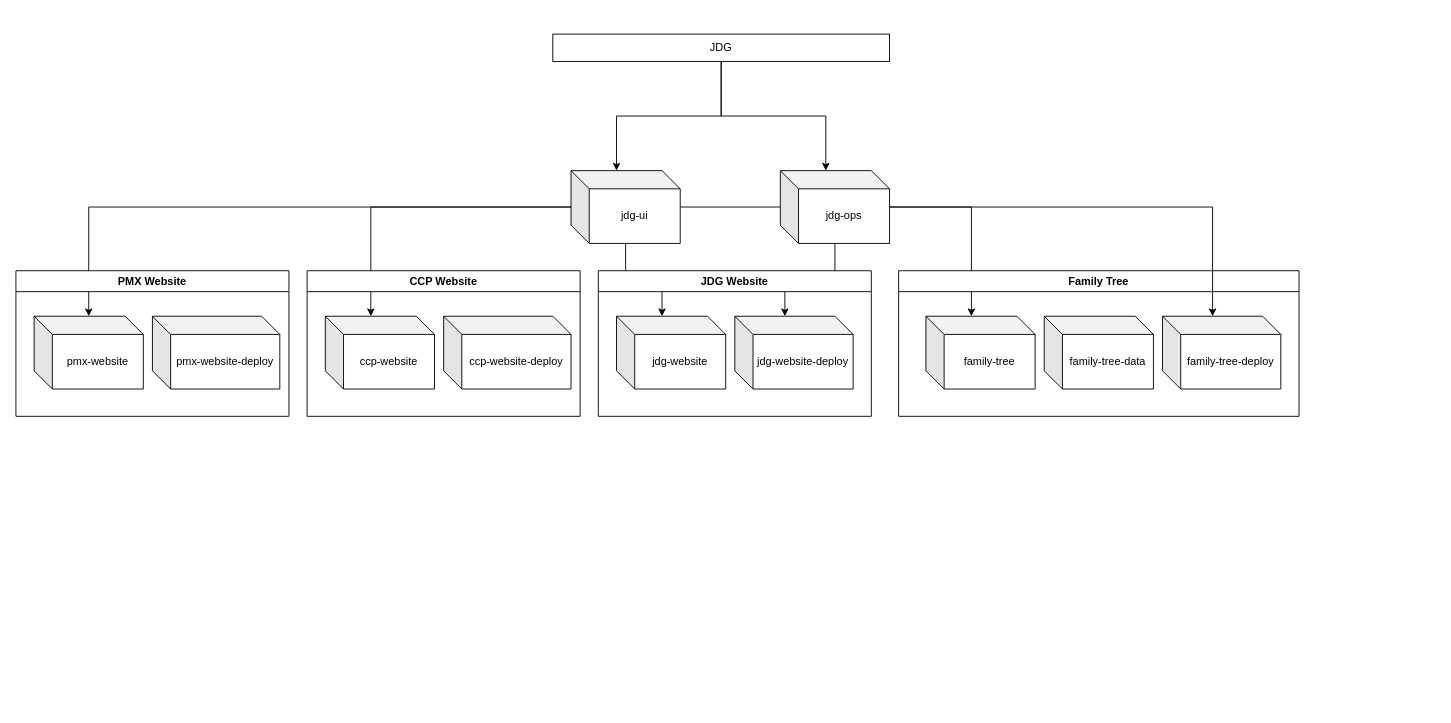
Earlier version of the draw.io diagram JDG Org.drawio (deanstein/jdg-ops). Source tidied: cells renumbered, new cells numbered last; positions are measured from the earlier drawing's top-left corner, leaving out a move shared by most shapes. Both pictures are drawn from the tidied source at 91%, with x=0, y=0 at pixel (15, 34).
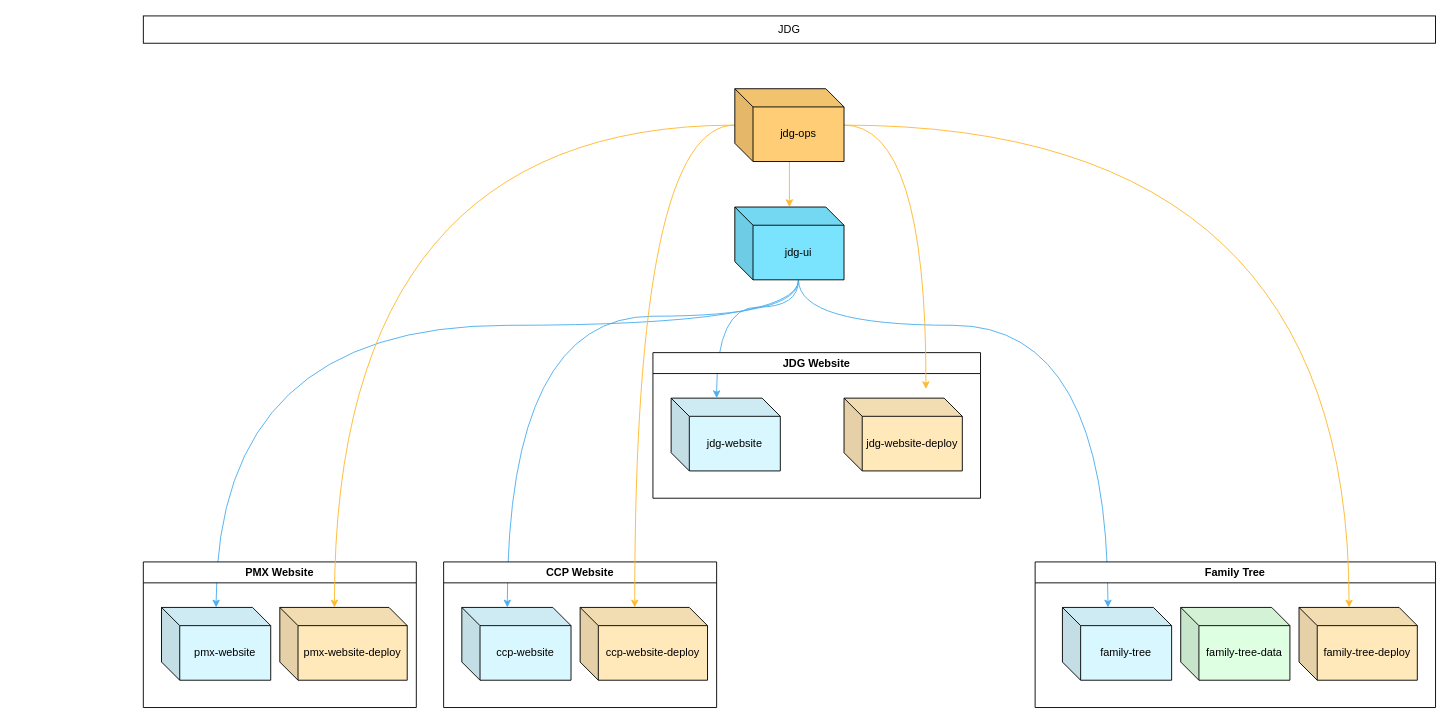
The same page after the edit.

What changed in the source:
```diff
@@
-    <mxCell id="2" style="edgeStyle=orthogonalEdgeStyle;rounded=0;jettySize=auto;html=1;entryX=0;entryY=0;entryDx=50;entryDy=0;entryPerimeter=0;" parent="1" edge="1" source="4" target="25">
-      <mxGeometry relative="1" as="geometry" />
-    </mxCell>
-    <mxCell id="3" style="edgeStyle=orthogonalEdgeStyle;rounded=0;jettySize=auto;html=1;entryX=0;entryY=0;entryDx=50;entryDy=0;entryPerimeter=0;" parent="1" edge="1" source="4" target="10">
-      <mxGeometry relative="1" as="geometry" />
-    </mxCell>
     <mxCell id="4" value="JDG" style="rounded=0;whiteSpace=wrap;html=1;" parent="1" vertex="1">
-      <mxGeometry x="590" width="370" height="30" as="geometry" />
+      <mxGeometry x="140" y="-20" width="1420" height="30" as="geometry" />
     </mxCell>
-    <mxCell id="5" style="edgeStyle=orthogonalEdgeStyle;rounded=0;jettySize=auto;html=1;entryX=0;entryY=0;entryDx=55;entryDy=0;entryPerimeter=0;" parent="1" edge="1" source="25" target="17">
-      <mxGeometry relative="1" as="geometry" />
-    </mxCell>
-    <mxCell id="6" style="edgeStyle=orthogonalEdgeStyle;rounded=0;jettySize=auto;html=1;" parent="1" edge="1" source="10" target="22">
-      <mxGeometry relative="1" as="geometry" />
+    <mxCell id="6" style="edgeStyle=orthogonalEdgeStyle;rounded=0;jettySize=auto;html=1;exitX=0;exitY=0;exitDx=70;exitDy=80;exitPerimeter=0;strokeColor=#4AAEF0;curved=1;" parent="1" edge="1" source="10" target="22">
+      <mxGeometry relative="1" as="geometry">
+        <Array as="points">
+          <mxPoint x="860" y="320" />
+          <mxPoint x="220" y="320" />
+        </Array>
+      </mxGeometry>
     </mxCell>
-    <mxCell id="7" style="edgeStyle=orthogonalEdgeStyle;rounded=0;jettySize=auto;html=1;entryX=0;entryY=0;entryDx=50;entryDy=0;entryPerimeter=0;" parent="1" edge="1" source="10" target="19">
-      <mxGeometry relative="1" as="geometry" />
+    <mxCell id="7" style="edgeStyle=orthogonalEdgeStyle;rounded=0;jettySize=auto;html=1;entryX=0;entryY=0;entryDx=50;entryDy=0;entryPerimeter=0;exitX=0;exitY=0;exitDx=70;exitDy=80;exitPerimeter=0;strokeColor=#4AAEF0;elbow=vertical;curved=1;" parent="1" edge="1" source="10" target="19">
+      <mxGeometry relative="1" as="geometry">
+        <Array as="points">
+          <mxPoint x="860" y="310" />
+          <mxPoint x="540" y="310" />
+        </Array>
+      </mxGeometry>
     </mxCell>
+    <mxCell id="9" style="edgeStyle=orthogonalEdgeStyle;rounded=0;jettySize=auto;html=1;entryX=0;entryY=0;entryDx=50;entryDy=0;entryPerimeter=0;exitX=0;exitY=0;exitDx=70;exitDy=80;exitPerimeter=0;curved=1;strokeColor=#4AAEF0;" parent="1" edge="1" source="10" target="12">
+      <mxGeometry relative="1" as="geometry">
+        <Array as="points">
+          <mxPoint x="860" y="320" />
+          <mxPoint x="1200" y="320" />
+        </Array>
+      </mxGeometry>
+    </mxCell>
-    <mxCell id="8" style="edgeStyle=orthogonalEdgeStyle;rounded=0;jettySize=auto;html=1;entryX=0;entryY=0;entryDx=50;entryDy=0;entryPerimeter=0;" parent="1" edge="1" source="10" target="16">
-      <mxGeometry relative="1" as="geometry" />
+    <mxCell id="8" style="edgeStyle=orthogonalEdgeStyle;curved=1;rounded=0;jettySize=auto;html=1;entryX=0;entryY=0;entryDx=50;entryDy=0;entryPerimeter=0;strokeColor=#4AAEF0;elbow=vertical;" parent="1" edge="1" source="10" target="16">
+      <mxGeometry relative="1" as="geometry">
+        <Array as="points">
+          <mxPoint x="860" y="300" />
+          <mxPoint x="770" y="300" />
+        </Array>
+      </mxGeometry>
     </mxCell>
-    <mxCell id="9" style="edgeStyle=orthogonalEdgeStyle;rounded=0;jettySize=auto;html=1;entryX=0;entryY=0;entryDx=50;entryDy=0;entryPerimeter=0;" parent="1" edge="1" source="10" target="12">
-      <mxGeometry relative="1" as="geometry" />
-    </mxCell>
-    <mxCell id="10" value="jdg-ui" style="shape=cube;whiteSpace=wrap;html=1;boundedLbl=1;backgroundOutline=1;darkOpacity=0.05;darkOpacity2=0.1;" parent="1" vertex="1">
-      <mxGeometry x="610" y="150" width="120" height="80" as="geometry" />
+    <mxCell id="10" value="jdg-ui" style="shape=cube;whiteSpace=wrap;html=1;boundedLbl=1;backgroundOutline=1;darkOpacity=0.05;darkOpacity2=0.1;fillColor=#7AE4FF;" parent="1" vertex="1">
+      <mxGeometry x="790" y="190" width="120" height="80" as="geometry" />
     </mxCell>
     <mxCell id="11" value="Family Tree" style="swimlane;whiteSpace=wrap;html=1;" parent="1" vertex="1">
-      <mxGeometry x="970" y="260" width="440" height="160" as="geometry" />
+      <mxGeometry x="1120" y="580" width="440" height="160" as="geometry" />
     </mxCell>
-    <mxCell id="12" value="family-tree" style="shape=cube;whiteSpace=wrap;html=1;boundedLbl=1;backgroundOutline=1;darkOpacity=0.05;darkOpacity2=0.1;" parent="11" vertex="1">
+    <mxCell id="12" value="family-tree" style="shape=cube;whiteSpace=wrap;html=1;boundedLbl=1;backgroundOutline=1;darkOpacity=0.05;darkOpacity2=0.1;fillColor=#D9F7FF;" parent="11" vertex="1">
       <mxGeometry x="30" y="50" width="120" height="80" as="geometry" />
     </mxCell>
-    <mxCell id="13" value="family-tree-data" style="shape=cube;whiteSpace=wrap;html=1;boundedLbl=1;backgroundOutline=1;darkOpacity=0.05;darkOpacity2=0.1;" parent="11" vertex="1">
+    <mxCell id="13" value="family-tree-data" style="shape=cube;whiteSpace=wrap;html=1;boundedLbl=1;backgroundOutline=1;darkOpacity=0.05;darkOpacity2=0.1;fillColor=#DEFFE1;" parent="11" vertex="1">
       <mxGeometry x="160" y="50" width="120" height="80" as="geometry" />
     </mxCell>
-    <mxCell id="14" value="family-tree-deploy" style="shape=cube;whiteSpace=wrap;html=1;boundedLbl=1;backgroundOutline=1;darkOpacity=0.05;darkOpacity2=0.1;" parent="11" vertex="1">
+    <mxCell id="14" value="family-tree-deploy" style="shape=cube;whiteSpace=wrap;html=1;boundedLbl=1;backgroundOutline=1;darkOpacity=0.05;darkOpacity2=0.1;fillColor=#FFE8BA;" parent="11" vertex="1">
       <mxGeometry x="290" y="50" width="130" height="80" as="geometry" />
     </mxCell>
     <mxCell id="15" value="JDG Website" style="swimlane;whiteSpace=wrap;html=1;" parent="1" vertex="1">
-      <mxGeometry x="640" y="260" width="300" height="160" as="geometry" />
+      <mxGeometry x="700" y="350" width="360" height="160" as="geometry" />
     </mxCell>
-    <mxCell id="16" value="jdg-website" style="shape=cube;whiteSpace=wrap;html=1;boundedLbl=1;backgroundOutline=1;darkOpacity=0.05;darkOpacity2=0.1;" parent="15" vertex="1">
+    <mxCell id="16" value="jdg-website" style="shape=cube;whiteSpace=wrap;html=1;boundedLbl=1;backgroundOutline=1;darkOpacity=0.05;darkOpacity2=0.1;fillColor=#D9F7FF;" parent="15" vertex="1">
       <mxGeometry x="20" y="50" width="120" height="80" as="geometry" />
     </mxCell>
-    <mxCell id="17" value="jdg-website-deploy" style="shape=cube;whiteSpace=wrap;html=1;boundedLbl=1;backgroundOutline=1;darkOpacity=0.05;darkOpacity2=0.1;" parent="15" vertex="1">
-      <mxGeometry x="150" y="50" width="130" height="80" as="geometry" />
+    <mxCell id="17" value="jdg-website-deploy" style="shape=cube;whiteSpace=wrap;html=1;boundedLbl=1;backgroundOutline=1;darkOpacity=0.05;darkOpacity2=0.1;fillColor=#FFE8BA;" parent="15" vertex="1">
+      <mxGeometry x="210" y="50" width="130" height="80" as="geometry" />
     </mxCell>
     <mxCell id="18" value="CCP Website" style="swimlane;whiteSpace=wrap;html=1;" parent="1" vertex="1">
-      <mxGeometry x="320" y="260" width="300" height="160" as="geometry" />
+      <mxGeometry x="470" y="580" width="300" height="160" as="geometry" />
     </mxCell>
-    <mxCell id="19" value="ccp-website" style="shape=cube;whiteSpace=wrap;html=1;boundedLbl=1;backgroundOutline=1;darkOpacity=0.05;darkOpacity2=0.1;" parent="18" vertex="1">
+    <mxCell id="19" value="ccp-website" style="shape=cube;whiteSpace=wrap;html=1;boundedLbl=1;backgroundOutline=1;darkOpacity=0.05;darkOpacity2=0.1;fillColor=#D9F7FF;" parent="18" vertex="1">
       <mxGeometry x="20" y="50" width="120" height="80" as="geometry" />
     </mxCell>
-    <mxCell id="20" value="ccp-website-deploy" style="shape=cube;whiteSpace=wrap;html=1;boundedLbl=1;backgroundOutline=1;darkOpacity=0.05;darkOpacity2=0.1;" parent="18" vertex="1">
+    <mxCell id="20" value="ccp-website-deploy" style="shape=cube;whiteSpace=wrap;html=1;boundedLbl=1;backgroundOutline=1;darkOpacity=0.05;darkOpacity2=0.1;fillColor=#FFE8BA;" parent="18" vertex="1">
       <mxGeometry x="150" y="50" width="140" height="80" as="geometry" />
     </mxCell>
     <mxCell id="21" value="PMX Website" style="swimlane;whiteSpace=wrap;html=1;" parent="1" vertex="1">
-      <mxGeometry y="260" width="300" height="160" as="geometry" />
+      <mxGeometry x="140" y="580" width="300" height="160" as="geometry" />
     </mxCell>
-    <mxCell id="22" value="pmx-website" style="shape=cube;whiteSpace=wrap;html=1;boundedLbl=1;backgroundOutline=1;darkOpacity=0.05;darkOpacity2=0.1;" parent="21" vertex="1">
+    <mxCell id="22" value="pmx-website" style="shape=cube;whiteSpace=wrap;html=1;boundedLbl=1;backgroundOutline=1;darkOpacity=0.05;darkOpacity2=0.1;fillColor=#D9F7FF;" parent="21" vertex="1">
       <mxGeometry x="20" y="50" width="120" height="80" as="geometry" />
     </mxCell>
-    <mxCell id="23" value="pmx-website-deploy" style="shape=cube;whiteSpace=wrap;html=1;boundedLbl=1;backgroundOutline=1;darkOpacity=0.05;darkOpacity2=0.1;" parent="21" vertex="1">
+    <mxCell id="23" value="pmx-website-deploy" style="shape=cube;whiteSpace=wrap;html=1;boundedLbl=1;backgroundOutline=1;darkOpacity=0.05;darkOpacity2=0.1;fillColor=#FFE8BA;" parent="21" vertex="1">
       <mxGeometry x="150" y="50" width="140" height="80" as="geometry" />
     </mxCell>
-    <mxCell id="24" style="edgeStyle=orthogonalEdgeStyle;rounded=0;jettySize=auto;html=1;entryX=0;entryY=0;entryDx=55;entryDy=0;entryPerimeter=0;" parent="1" edge="1" source="25" target="14">
+    <mxCell id="24" style="edgeStyle=orthogonalEdgeStyle;rounded=0;jettySize=auto;html=1;entryX=0;entryY=0;entryDx=55;entryDy=0;entryPerimeter=0;strokeColor=#FFB92E;curved=1;" parent="1" edge="1" source="25" target="14">
       <mxGeometry relative="1" as="geometry" />
     </mxCell>
+    <mxCell id="26" style="edgeStyle=orthogonalEdgeStyle;rounded=0;jettySize=auto;html=1;strokeColor=#FFB92E;" parent="1" edge="1" source="25" target="10">
+      <mxGeometry relative="1" as="geometry" />
+    </mxCell>
+    <mxCell id="27" style="edgeStyle=orthogonalEdgeStyle;rounded=0;jettySize=auto;html=1;entryX=0;entryY=0;entryDx=60;entryDy=0;entryPerimeter=0;strokeColor=#FFB92E;curved=1;" parent="1" edge="1" source="25" target="20">
+      <mxGeometry relative="1" as="geometry" />
+    </mxCell>
+    <mxCell id="28" style="edgeStyle=orthogonalEdgeStyle;rounded=0;jettySize=auto;html=1;entryX=0;entryY=0;entryDx=60;entryDy=0;entryPerimeter=0;strokeColor=#FFB92E;curved=1;" parent="1" edge="1" source="25" target="23">
+      <mxGeometry relative="1" as="geometry" />
+    </mxCell>
+    <mxCell id="29" style="edgeStyle=orthogonalEdgeStyle;curved=1;rounded=0;jettySize=auto;html=1;strokeColor=#FFB92E;elbow=vertical;" parent="1" edge="1" source="25">
+      <mxGeometry relative="1" as="geometry">
+        <mxPoint x="1000" y="390" as="targetPoint" />
+      </mxGeometry>
+    </mxCell>
-    <mxCell id="25" value="jdg-ops" style="shape=cube;whiteSpace=wrap;html=1;boundedLbl=1;backgroundOutline=1;darkOpacity=0.05;darkOpacity2=0.1;" parent="1" vertex="1">
-      <mxGeometry x="840" y="150" width="120" height="80" as="geometry" />
+    <mxCell id="25" value="jdg-ops" style="shape=cube;whiteSpace=wrap;html=1;boundedLbl=1;backgroundOutline=1;darkOpacity=0.05;darkOpacity2=0.1;fillColor=#FFCD75;" parent="1" vertex="1">
+      <mxGeometry x="790" y="60" width="120" height="80" as="geometry" />
     </mxCell>
```
